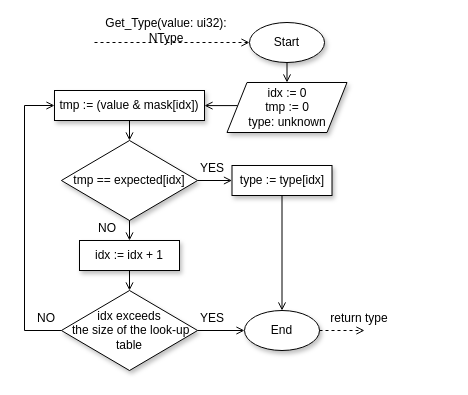
Before: docs/diagrams/core/isa_decoder_2.drawio in silhavyj/ZeroMate, a draw.io diagram. Source tidied: cells renumbered, new cells numbered last; positions are measured from the earlier drawing's top-left corner, leaving out a move shared by most shapes. Both pictures are drawn from the tidied source at 100%, with x=0, y=0 at pixel (24, 22).
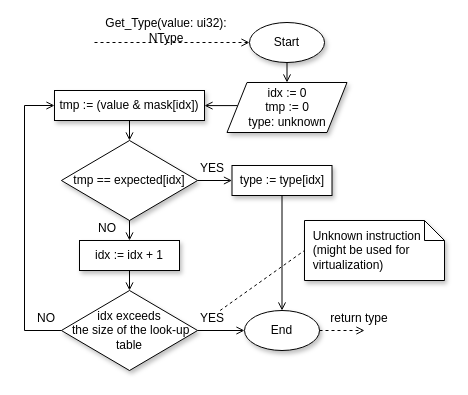
The same diagram, later.

The change refers to these unchanged cells:
```xml
<mxCell id="22" value="YES" style="text;html=1;strokeColor=none;fillColor=none;align=center;verticalAlign=middle;whiteSpace=wrap;rounded=0;fontFamily=Computer Modern;" parent="1" vertex="1">
  <mxGeometry x="173.1" y="288" width="30" height="15" as="geometry" />
</mxCell>
```

Diff of the diagram source:
```diff
@@
+    <mxCell id="27" value="&amp;nbsp; Unknown instruction&lt;br&gt;&amp;nbsp; (might be used for&amp;nbsp; &amp;nbsp; &amp;nbsp;&lt;br&gt;&amp;nbsp; virtualization)" style="shape=note;size=20;whiteSpace=wrap;html=1;fontFamily=Computer Modern;align=left;shadow=1;" parent="1" vertex="1">
+      <mxGeometry x="280" y="198" width="140" height="60" as="geometry" />
+    </mxCell>
+    <mxCell id="28" style="endArrow=none;dashed=1;html=1;rounded=0;entryX=0;entryY=0.5;entryDx=0;entryDy=0;entryPerimeter=0;exitX=0.75;exitY=0;exitDx=0;exitDy=0;" parent="1" edge="1" source="22" target="27">
+      <mxGeometry relative="1" as="geometry" />
+    </mxCell>
```
